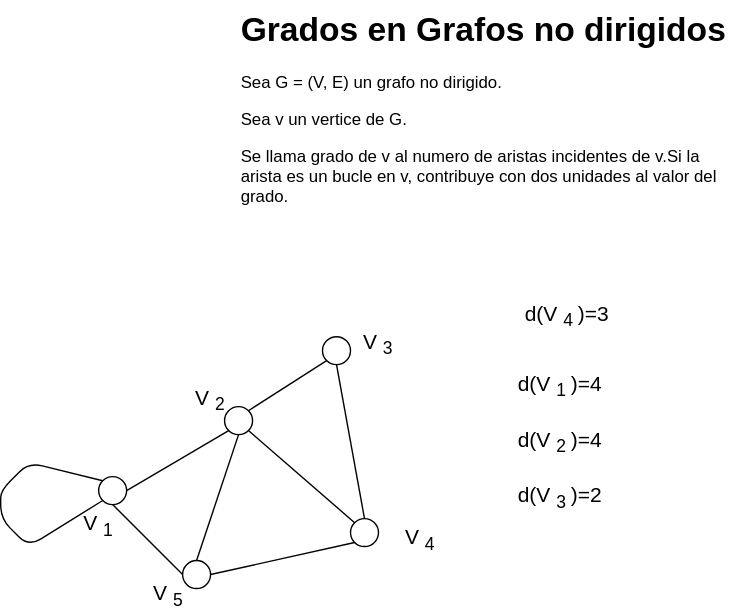
Above: Estructura-de-datos/Grafos/Grado-Grafo-nodir.drawio.svg in Nordcode-cyber/Algoritmos-Estructdatos (draw.io), before the change. Source tidied: cells renumbered, new cells last; positions are measured from the earlier drawing's top-left corner, leaving out a move shared by most shapes.
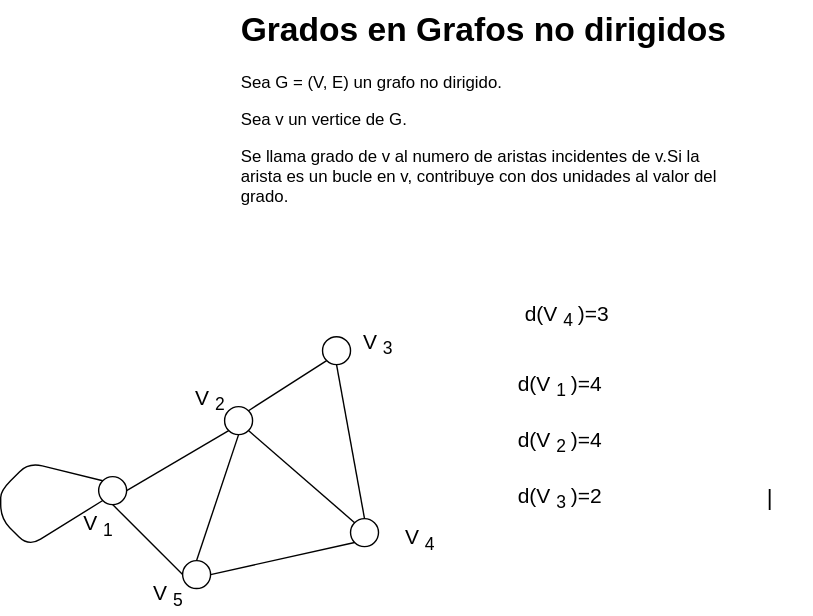
The same diagram one commit later.

Change to the diagram source:
```diff
@@ -78,5 +78,8 @@
     <mxCell id="24" value="&lt;font style=&quot;font-size: 15px; color: light-dark(rgb(0, 0, 0), rgb(0, 255, 128));&quot;&gt;d(V&lt;sub&gt;3&lt;/sub&gt;)=2&lt;/font&gt;" style="text;html=1;align=center;verticalAlign=middle;whiteSpace=wrap;rounded=0;" parent="1" vertex="1">
       <mxGeometry x="350" y="340" width="100" height="30" as="geometry" />
     </mxCell>
+    <mxCell id="25" value="&lt;font style=&quot;font-size: 16px; color: light-dark(rgb(0, 0, 0), rgb(51, 255, 51));&quot;&gt;|&lt;/font&gt;" style="text;html=1;whiteSpace=wrap;strokeColor=none;fillColor=none;align=center;verticalAlign=middle;rounded=0;" parent="1" vertex="1">
+      <mxGeometry x="520" y="340" width="60" height="30" as="geometry" />
+    </mxCell>
   </root>
 </mxGraphModel>
```
